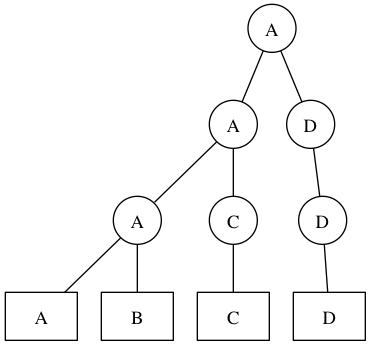
Earlier version of the Graphviz export convergencemerging-example-a.png (sgolodetz/comparisonpaper). Its source is kept beside it as graphs/convergencemerging-example-a.gv. Source of this version:
```dot
graph
{
	node [shape=circle];

	A4 [label="A"];
	A3 [label="A"];
	D3 [label="D"];
	A2 [label="A"];
	C2 [label="C"];
	D2 [label="D"];

	node [shape=box];

	A1 [label="A"];
	B1 [label="B"];
	C1 [label="C"];
	D1 [label="D"];

	A4 -- A3 -- A2 -- A1;
	A2 -- B1;
	A3 -- C2 -- C1;
	A4 -- D3 -- D2 -- D1;
}
```
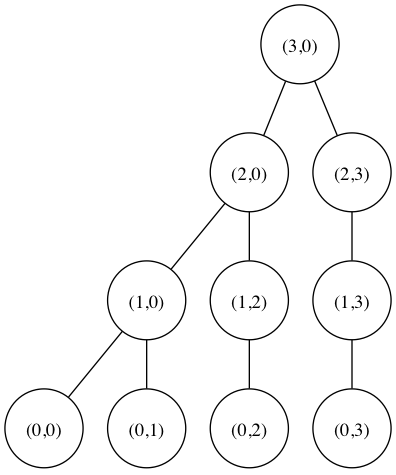
After the change.

What changed in the source:
```diff
@@ -2,19 +2,18 @@
 {
 	node [shape=circle];
 
-	A4 [label="A"];
-	A3 [label="A"];
-	D3 [label="D"];
-	A2 [label="A"];
-	C2 [label="C"];
-	D2 [label="D"];
+	A4 [label="(3,0)"];
+	A3 [label="(2,0)"];
+	D3 [label="(2,3)"];
+	A2 [label="(1,0)"];
+	C2 [label="(1,2)"];
+	D2 [label="(1,3)"];
 
-	node [shape=box];
 
-	A1 [label="A"];
-	B1 [label="B"];
-	C1 [label="C"];
-	D1 [label="D"];
+	A1 [label="(0,0)"];
+	B1 [label="(0,1)"];
+	C1 [label="(0,2)"];
+	D1 [label="(0,3)"];
 
 	A4 -- A3 -- A2 -- A1;
 	A2 -- B1;
```
